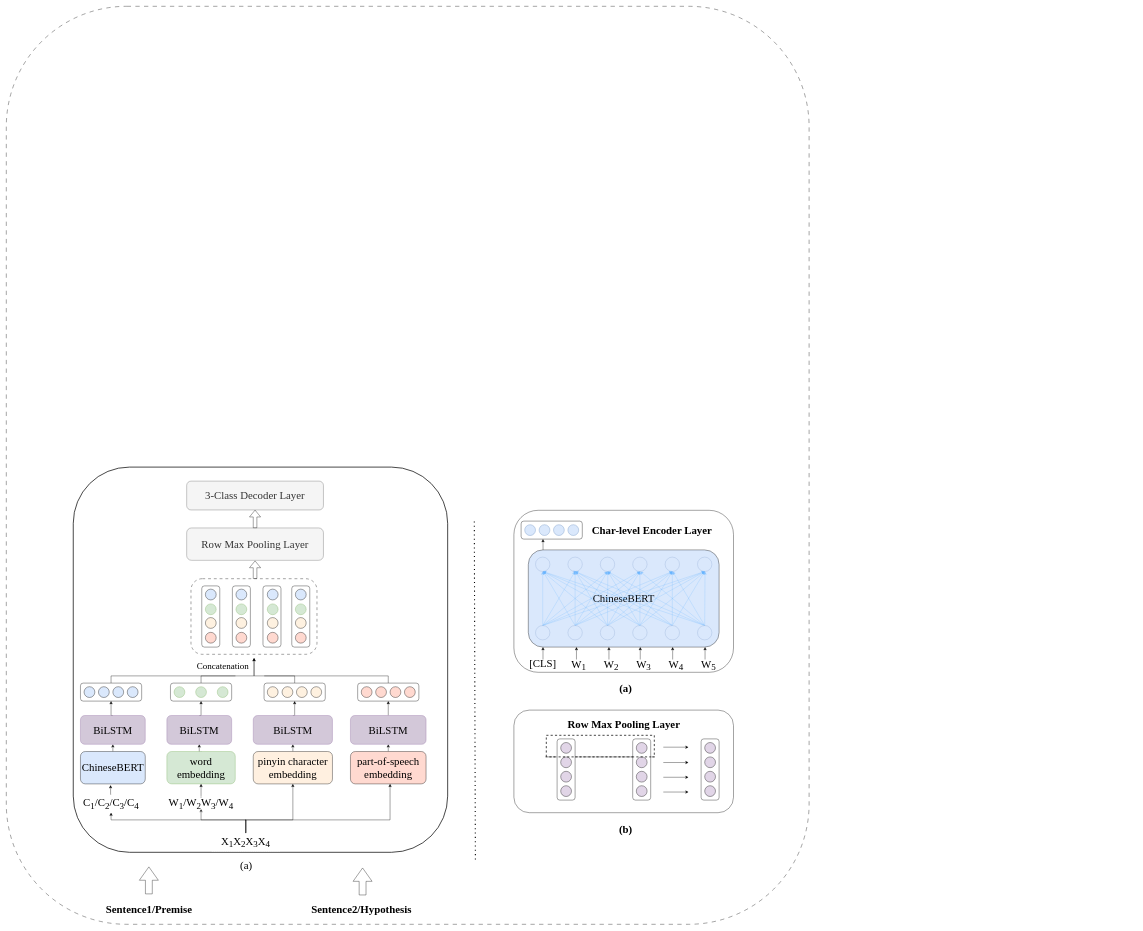
This is text_match/NLI_method.drawio from lengyueit/paper_pic, a draw.io file, before an edit. Source tidied: cells renumbered, new cells numbered last; positions are measured from the earlier drawing's top-left corner, leaving out a move shared by most shapes. Both pictures are drawn from the tidied source at 36%, with x=0, y=0 at pixel (6, 6).
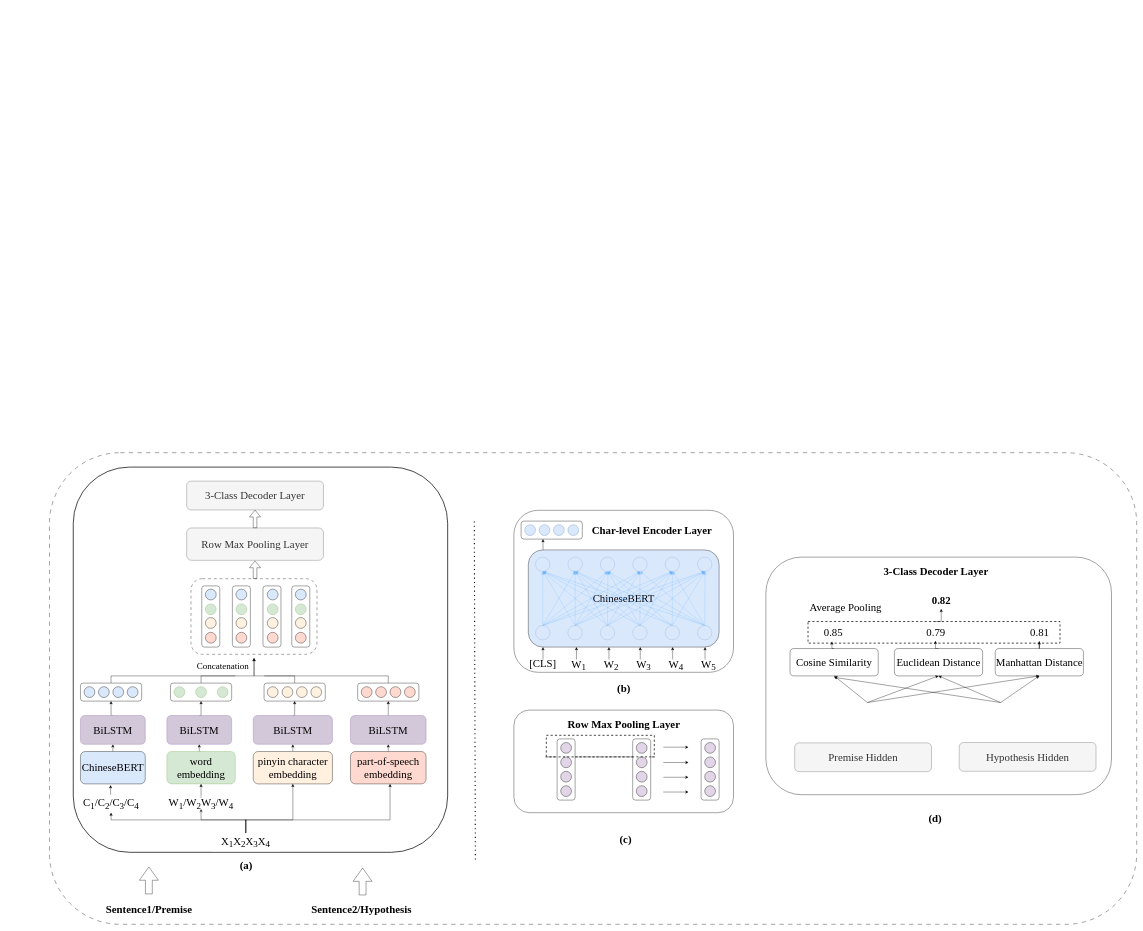
After the change.

The edit, as a diff of the source:
```diff
@@
     <mxCell id="2" style="rounded=1;whiteSpace=wrap;html=1;dashed=1;dashPattern=12 12;" parent="1" vertex="1">
-      <mxGeometry width="2230" height="2550" as="geometry" />
+      <mxGeometry x="120" y="1240" width="3020" height="1310" as="geometry" />
     </mxCell>
@@
-    <mxCell id="27" value="&lt;font face=&quot;Times New Roman&quot;&gt;&lt;span style=&quot;font-size: 30px;&quot;&gt;&lt;b&gt;(a)&lt;/b&gt;&lt;/span&gt;&lt;/font&gt;" style="text;html=1;align=center;verticalAlign=middle;strokeColor=none;fillColor=none;" parent="1" vertex="1">
-      <mxGeometry x="1690" y="1870" width="60" height="50" as="geometry" />
-    </mxCell>
@@
-    <mxCell id="78" value="&lt;font face=&quot;Times New Roman&quot;&gt;&lt;span style=&quot;font-size: 30px;&quot;&gt;&lt;b&gt;(b)&lt;/b&gt;&lt;/span&gt;&lt;/font&gt;" style="text;html=1;align=center;verticalAlign=middle;strokeColor=none;fillColor=none;" parent="1" vertex="1">
-      <mxGeometry x="1690" y="2260" width="60" height="50" as="geometry" />
-    </mxCell>
@@
-    <mxCell id="151" value="&lt;font face=&quot;Times New Roman&quot;&gt;&lt;span style=&quot;font-size: 30px;&quot;&gt;(a)&lt;/span&gt;&lt;/font&gt;" style="text;html=1;align=center;verticalAlign=middle;strokeColor=none;fillColor=none;" parent="1" vertex="1">
+    <mxCell id="151" value="&lt;font style=&quot;font-size: 30px;&quot;&gt;&lt;span style=&quot;font-size: 30px;&quot;&gt;(a)&lt;/span&gt;&lt;/font&gt;" style="text;html=1;align=center;verticalAlign=middle;strokeColor=none;fillColor=none;fontFamily=Times New Roman;fontStyle=1;fontSize=30;" parent="1" vertex="1">
       <mxGeometry x="636" y="2360" width="60" height="50" as="geometry" />
     </mxCell>
@@
+    <mxCell id="184" style="group;" parent="1" vertex="1">
+      <mxGeometry x="2110" y="1530" width="960" height="660" as="geometry" />
+    </mxCell>
+    <mxCell id="185" style="rounded=1;whiteSpace=wrap;html=1;" parent="184" vertex="1">
+      <mxGeometry width="960" height="660" as="geometry" />
+    </mxCell>
+    <mxCell id="186" value="&lt;font face=&quot;Times New Roman&quot; style=&quot;font-size: 30px;&quot;&gt;Cosine Similarity&lt;/font&gt;" style="rounded=1;whiteSpace=wrap;html=1;" parent="184" vertex="1">
+      <mxGeometry x="67" y="254" width="245" height="76" as="geometry" />
+    </mxCell>
+    <mxCell id="187" value="&lt;font face=&quot;Times New Roman&quot; style=&quot;font-size: 30px;&quot;&gt;Euclidean Distance&lt;/font&gt;" style="rounded=1;whiteSpace=wrap;html=1;" parent="184" vertex="1">
+      <mxGeometry x="357" y="254" width="245" height="76" as="geometry" />
+    </mxCell>
+    <mxCell id="188" value="&lt;font style=&quot;font-size: 30px;&quot; face=&quot;Times New Roman&quot;&gt;Manhattan Distance&lt;/font&gt;" style="rounded=1;whiteSpace=wrap;html=1;" parent="184" vertex="1">
+      <mxGeometry x="637" y="254" width="245" height="76" as="geometry" />
+    </mxCell>
+    <mxCell id="189" style="rounded=0;jettySize=auto;html=1;exitX=0.5;exitY=0;exitDx=0;exitDy=0;entryX=0.5;entryY=1;entryDx=0;entryDy=0;" parent="184" edge="1" target="186">
+      <mxGeometry relative="1" as="geometry">
+        <mxPoint x="282" y="404" as="sourcePoint" />
+      </mxGeometry>
+    </mxCell>
+    <mxCell id="190" style="rounded=0;orthogonalLoop=1;jettySize=auto;html=1;exitX=0.5;exitY=0;exitDx=0;exitDy=0;" parent="184" edge="1">
+      <mxGeometry relative="1" as="geometry">
+        <mxPoint x="652" y="404" as="sourcePoint" />
+        <mxPoint x="190" y="334" as="targetPoint" />
+      </mxGeometry>
+    </mxCell>
+    <mxCell id="191" style="rounded=0;jettySize=auto;html=1;exitX=0.5;exitY=0;exitDx=0;exitDy=0;entryX=0.5;entryY=1;entryDx=0;entryDy=0;" parent="184" edge="1" target="187">
+      <mxGeometry relative="1" as="geometry">
+        <mxPoint x="282" y="404" as="sourcePoint" />
+      </mxGeometry>
+    </mxCell>
+    <mxCell id="192" style="rounded=0;jettySize=auto;html=1;exitX=0.5;exitY=0;exitDx=0;exitDy=0;entryX=0.5;entryY=1;entryDx=0;entryDy=0;" parent="184" edge="1" target="187">
+      <mxGeometry relative="1" as="geometry">
+        <mxPoint x="652" y="404" as="sourcePoint" />
+      </mxGeometry>
+    </mxCell>
+    <mxCell id="193" style="rounded=0;jettySize=auto;html=1;exitX=0.5;exitY=0;exitDx=0;exitDy=0;entryX=0.5;entryY=1;entryDx=0;entryDy=0;" parent="184" edge="1" target="188">
+      <mxGeometry relative="1" as="geometry">
+        <mxPoint x="282" y="404" as="sourcePoint" />
+      </mxGeometry>
+    </mxCell>
+    <mxCell id="194" style="rounded=0;jettySize=auto;html=1;exitX=0.5;exitY=0;exitDx=0;exitDy=0;entryX=0.5;entryY=1;entryDx=0;entryDy=0;" parent="184" edge="1" target="188">
+      <mxGeometry relative="1" as="geometry">
+        <mxPoint x="652" y="404" as="sourcePoint" />
+      </mxGeometry>
+    </mxCell>
+    <mxCell id="195" style="rounded=0;whiteSpace=wrap;html=1;dashed=1;strokeWidth=2;" parent="184" vertex="1">
+      <mxGeometry x="117" y="179" width="700" height="60" as="geometry" />
+    </mxCell>
+    <mxCell id="196" value="&lt;font style=&quot;font-size: 30px;&quot; face=&quot;Times New Roman&quot;&gt;0.79&lt;/font&gt;" style="text;html=1;align=center;verticalAlign=middle;points=[];strokeColor=none;fillColor=none;" parent="184" vertex="1">
+      <mxGeometry x="432" y="184" width="80" height="50" as="geometry" />
+    </mxCell>
+    <mxCell id="197" value="&lt;font style=&quot;font-size: 30px;&quot; face=&quot;Times New Roman&quot;&gt;0.81&lt;/font&gt;" style="text;html=1;align=center;verticalAlign=middle;points=[];strokeColor=none;fillColor=none;" parent="184" vertex="1">
+      <mxGeometry x="719.5" y="184" width="80" height="50" as="geometry" />
+    </mxCell>
+    <mxCell id="198" value="&lt;font style=&quot;font-size: 30px;&quot; face=&quot;Times New Roman&quot;&gt;&lt;b&gt;0.82&lt;/b&gt;&lt;/font&gt;" style="text;html=1;align=center;verticalAlign=middle;points=[];strokeColor=none;fillColor=none;" parent="184" vertex="1">
+      <mxGeometry x="447" y="94" width="80" height="50" as="geometry" />
+    </mxCell>
+    <mxCell id="199" style="edgeStyle=orthogonalEdgeStyle;rounded=0;jettySize=auto;html=1;exitX=0.5;exitY=0;exitDx=0;exitDy=0;entryX=0.488;entryY=0.968;entryDx=0;entryDy=0;entryPerimeter=0;" parent="184" edge="1" source="187" target="196">
+      <mxGeometry relative="1" as="geometry" />
+    </mxCell>
+    <mxCell id="200" style="edgeStyle=orthogonalEdgeStyle;rounded=0;jettySize=auto;html=1;exitX=0.5;exitY=0;exitDx=0;exitDy=0;" parent="184" edge="1" source="195" target="198">
+      <mxGeometry relative="1" as="geometry">
+        <Array as="points">
+          <mxPoint x="487" y="179" />
+        </Array>
+      </mxGeometry>
+    </mxCell>
+    <mxCell id="201" style="edgeStyle=orthogonalEdgeStyle;rounded=0;jettySize=auto;html=1;exitX=0.5;exitY=0;exitDx=0;exitDy=0;" parent="184" edge="1" source="188" target="197">
+      <mxGeometry relative="1" as="geometry" />
+    </mxCell>
+    <mxCell id="202" value="&lt;font style=&quot;font-size: 30px;&quot; face=&quot;Times New Roman&quot;&gt;0.85&lt;/font&gt;" style="text;html=1;align=center;verticalAlign=middle;points=[];strokeColor=none;fillColor=none;" parent="184" vertex="1">
+      <mxGeometry x="147" y="184" width="80" height="50" as="geometry" />
+    </mxCell>
+    <mxCell id="203" style="edgeStyle=orthogonalEdgeStyle;rounded=0;jettySize=auto;html=1;exitX=0.5;exitY=0;exitDx=0;exitDy=0;entryX=0.455;entryY=1.008;entryDx=0;entryDy=0;entryPerimeter=0;" parent="184" edge="1" source="186" target="202">
+      <mxGeometry relative="1" as="geometry" />
+    </mxCell>
+    <mxCell id="204" value="&lt;font size=&quot;1&quot; face=&quot;Times New Roman&quot;&gt;&lt;b style=&quot;font-size: 30px;&quot;&gt;3-Class Decoder Layer&lt;/b&gt;&lt;/font&gt;" style="text;html=1;align=center;verticalAlign=middle;strokeColor=none;fillColor=none;" parent="184" vertex="1">
+      <mxGeometry x="317" y="14" width="310" height="50" as="geometry" />
+    </mxCell>
+    <mxCell id="205" value="&lt;font face=&quot;Times New Roman&quot; style=&quot;font-size: 30px;&quot;&gt;Average&amp;nbsp;Pooling&lt;/font&gt;" style="text;html=1;align=center;verticalAlign=middle;strokeColor=none;fillColor=none;" parent="184" vertex="1">
+      <mxGeometry x="111" y="114" width="220" height="50" as="geometry" />
+    </mxCell>
+    <mxCell id="206" value="&lt;font style=&quot;font-size: 30px;&quot;&gt;&lt;span style=&quot;font-size: 30px;&quot;&gt;&lt;span style=&quot;font-size: 30px;&quot;&gt;Premise Hidden&lt;/span&gt;&lt;/span&gt;&lt;/font&gt;" style="rounded=1;whiteSpace=wrap;html=1;fillColor=#f5f5f5;strokeColor=#666666;fontStyle=0;fontColor=#333333;fontFamily=Times New Roman;fontSize=30;" parent="184" vertex="1">
+      <mxGeometry x="80" y="516" width="380" height="80" as="geometry" />
+    </mxCell>
+    <mxCell id="207" value="&lt;font style=&quot;font-size: 30px;&quot;&gt;&lt;span style=&quot;font-size: 30px;&quot;&gt;&lt;span style=&quot;font-size: 30px;&quot;&gt;Hypothesis Hidden&lt;/span&gt;&lt;/span&gt;&lt;/font&gt;" style="rounded=1;whiteSpace=wrap;html=1;fillColor=#f5f5f5;strokeColor=#666666;fontStyle=0;fontColor=#333333;fontFamily=Times New Roman;fontSize=30;" parent="184" vertex="1">
+      <mxGeometry x="537" y="515" width="380" height="80" as="geometry" />
+    </mxCell>
+    <mxCell id="78" value="&lt;font style=&quot;font-size: 30px;&quot;&gt;&lt;span style=&quot;font-size: 30px;&quot;&gt;(b)&lt;/span&gt;&lt;/font&gt;" style="text;html=1;align=center;verticalAlign=middle;strokeColor=none;fillColor=none;fontFamily=Times New Roman;fontStyle=1;fontSize=30;" parent="1" vertex="1">
+      <mxGeometry x="1685" y="1870" width="60" height="50" as="geometry" />
+    </mxCell>
+    <mxCell id="208" value="&lt;font style=&quot;font-size: 30px;&quot;&gt;&lt;span style=&quot;font-size: 30px;&quot;&gt;(c)&lt;/span&gt;&lt;/font&gt;" style="text;html=1;align=center;verticalAlign=middle;strokeColor=none;fillColor=none;fontFamily=Times New Roman;fontStyle=1;fontSize=30;" parent="1" vertex="1">
+      <mxGeometry x="1690" y="2290" width="60" height="50" as="geometry" />
+    </mxCell>
+    <mxCell id="209" value="&lt;font style=&quot;font-size: 30px;&quot;&gt;&lt;span style=&quot;font-size: 30px;&quot;&gt;(d)&lt;/span&gt;&lt;/font&gt;" style="text;html=1;align=center;verticalAlign=middle;strokeColor=none;fillColor=none;fontFamily=Times New Roman;fontStyle=1;fontSize=30;" parent="1" vertex="1">
+      <mxGeometry x="2550" y="2230" width="60" height="50" as="geometry" />
+    </mxCell>
```
